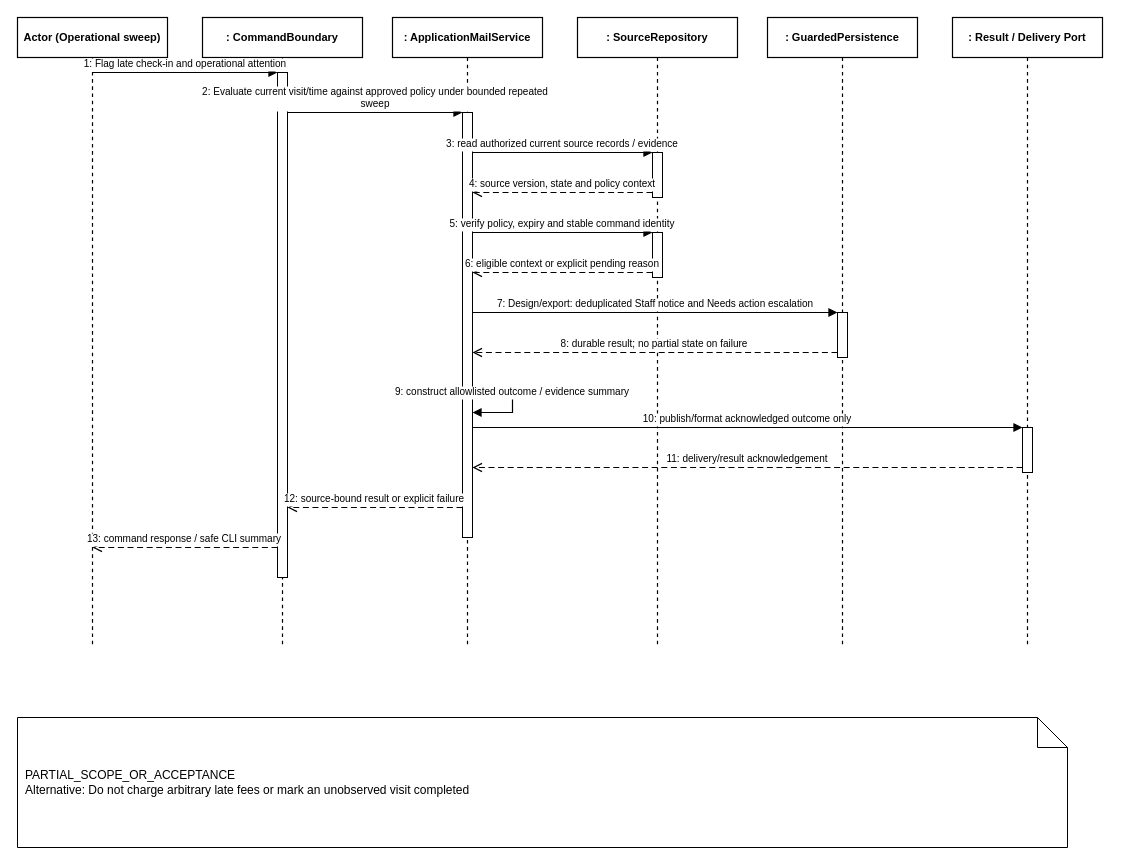
Above: doc/reports/report4/sequence/job-07.drawio in ngocthanhhx7/SEP490_G101_FALL2026 (draw.io), before the change. Source tidied: cells renumbered, new cells numbered last; positions are measured from the earlier drawing's top-left corner, leaving out a move shared by most shapes. Both pictures are drawn from the tidied source at 100%, with x=0, y=0 at pixel (17, 17).
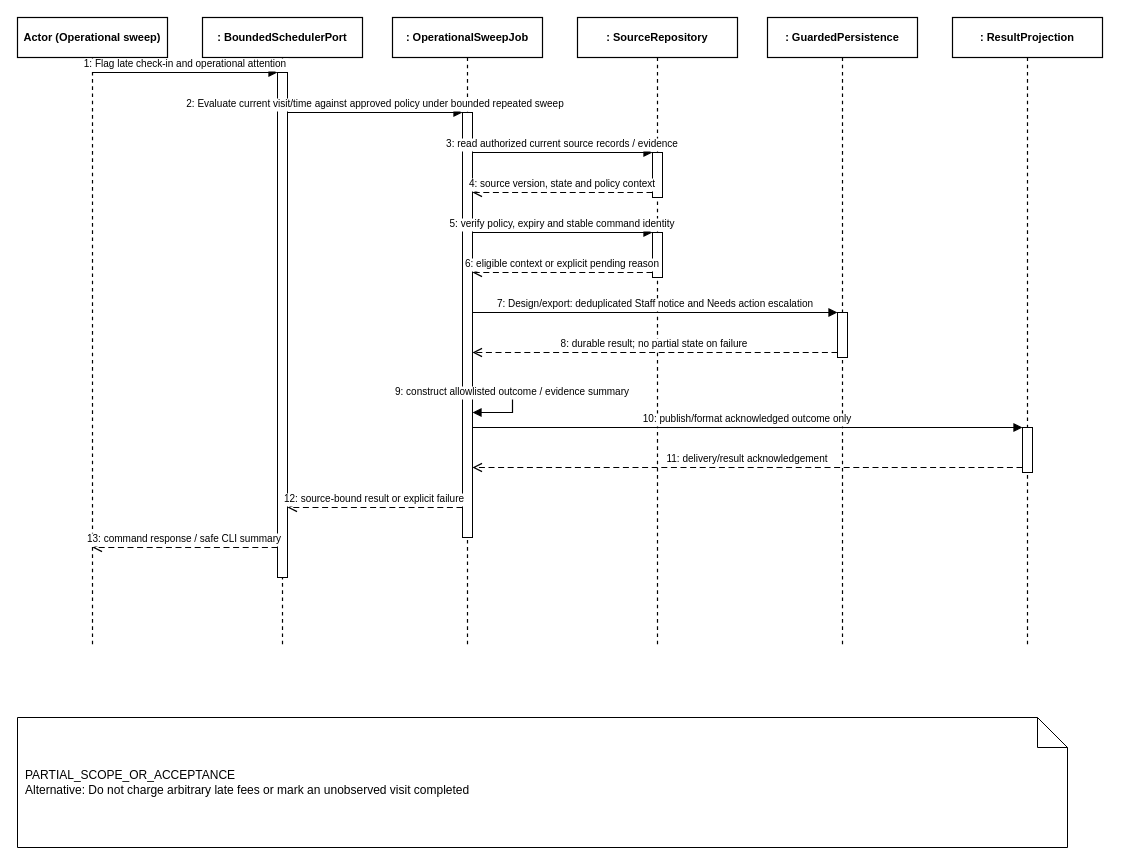
Above is the later version.

What changed in the source:
```diff
@@
-    <mxCell id="3" value=": CommandBoundary" style="shape=umlLifeline;perimeter=lifelinePerimeter;whiteSpace=wrap;html=0;size=40;fillColor=#FFFFFF;strokeColor=#000000;strokeWidth=1.2;fontStyle=1;fontSize=11;align=center;" parent="1" vertex="1">
+    <mxCell id="3" value=": BoundedSchedulerPort" style="shape=umlLifeline;perimeter=lifelinePerimeter;whiteSpace=wrap;html=0;size=40;fillColor=#FFFFFF;strokeColor=#000000;strokeWidth=1.2;fontStyle=1;fontSize=11;align=center;" parent="1" vertex="1">
       <mxGeometry x="185" width="160" height="630" as="geometry" />
     </mxCell>
-    <mxCell id="4" value=": ApplicationMailService" style="shape=umlLifeline;perimeter=lifelinePerimeter;whiteSpace=wrap;html=0;size=40;fillColor=#FFFFFF;strokeColor=#000000;strokeWidth=1.2;fontStyle=1;fontSize=11;align=center;" parent="1" vertex="1">
+    <mxCell id="4" value=": OperationalSweepJob" style="shape=umlLifeline;perimeter=lifelinePerimeter;whiteSpace=wrap;html=0;size=40;fillColor=#FFFFFF;strokeColor=#000000;strokeWidth=1.2;fontStyle=1;fontSize=11;align=center;" parent="1" vertex="1">
       <mxGeometry x="375" width="150" height="630" as="geometry" />
     </mxCell>
@@
-    <mxCell id="7" value=": Result / Delivery Port" style="shape=umlLifeline;perimeter=lifelinePerimeter;whiteSpace=wrap;html=0;size=40;fillColor=#FFFFFF;strokeColor=#000000;strokeWidth=1.2;fontStyle=1;fontSize=11;align=center;" parent="1" vertex="1">
+    <mxCell id="7" value=": ResultProjection" style="shape=umlLifeline;perimeter=lifelinePerimeter;whiteSpace=wrap;html=0;size=40;fillColor=#FFFFFF;strokeColor=#000000;strokeWidth=1.2;fontStyle=1;fontSize=11;align=center;" parent="1" vertex="1">
       <mxGeometry x="935" width="150" height="630" as="geometry" />
     </mxCell>
@@
-    <mxCell id="15" value="2: Evaluate current visit/time against approved policy under bounded repeated&#10;sweep" style="html=0;verticalAlign=bottom;endArrow=block;endFill=1;strokeColor=#000000;strokeWidth=1.2;fontSize=10;fontColor=#000000;edgeStyle=orthogonalEdgeStyle;rounded=0;" parent="1" edge="1">
+    <mxCell id="15" value="2: Evaluate current visit/time against approved policy under bounded repeated sweep" style="html=0;verticalAlign=bottom;endArrow=block;endFill=1;strokeColor=#000000;strokeWidth=1.2;fontSize=10;fontColor=#000000;edgeStyle=orthogonalEdgeStyle;rounded=0;" parent="1" edge="1">
       <mxGeometry relative="1" as="geometry">
         <mxPoint x="270" y="95" as="sourcePoint" />
         <mxPoint x="445" y="95" as="targetPoint" />
       </mxGeometry>
     </mxCell>
```
